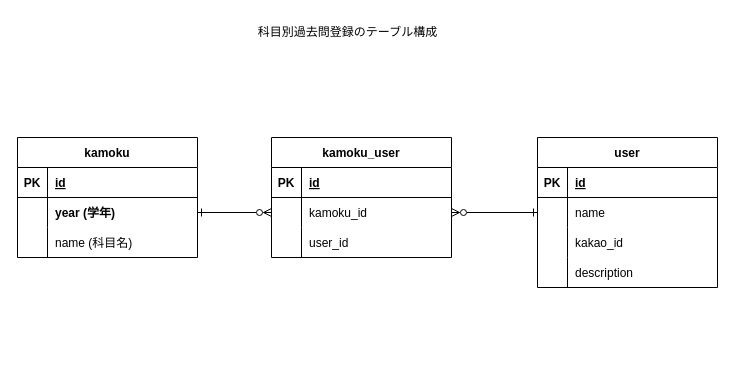
Above: erd/demo2.dio in hirohiro-sys/ai-kakomon-share (draw.io), before the change. Source tidied: cells renumbered, new cells numbered last; positions are measured from the earlier drawing's top-left corner, leaving out a move shared by most shapes. Both pictures are drawn from the tidied source at 100%, with x=0, y=0 at pixel (17, 17).
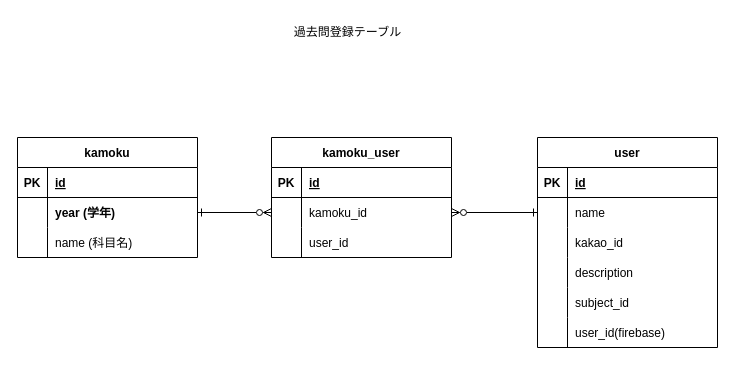
After the change.

Change to the diagram source:
```diff
@@
     <mxCell id="2" value="user" style="shape=table;startSize=30;childLayout=tableLayout;rowLines=0;fontStyle=1;align=center;" parent="1" vertex="1">
-      <mxGeometry x="520" y="120" width="180" height="150" as="geometry" />
+      <mxGeometry x="520" y="120" width="180" height="210" as="geometry" />
     </mxCell>
@@
+    <mxCell id="38" style="shape=tableRow;horizontal=0;startSize=0;swimlaneHead=0;swimlaneBody=0;fillColor=none;top=0;left=0;right=0;bottom=0;" parent="2" vertex="1">
+      <mxGeometry y="150" width="180" height="30" as="geometry" />
+    </mxCell>
+    <mxCell id="39" style="shape=partialRectangle;fillColor=none;top=0;left=0;bottom=0;right=0;overflow=hidden;" parent="38" vertex="1">
+      <mxGeometry width="30" height="30" as="geometry" />
+    </mxCell>
+    <mxCell id="40" value="subject_id" style="shape=partialRectangle;fillColor=none;top=0;left=0;bottom=0;right=0;align=left;spacingLeft=6;overflow=hidden;" parent="38" vertex="1">
+      <mxGeometry x="30" width="150" height="30" as="geometry" />
+    </mxCell>
+    <mxCell id="41" style="shape=tableRow;horizontal=0;startSize=0;swimlaneHead=0;swimlaneBody=0;fillColor=none;top=0;left=0;right=0;bottom=0;" parent="2" vertex="1">
+      <mxGeometry y="180" width="180" height="30" as="geometry" />
+    </mxCell>
+    <mxCell id="42" style="shape=partialRectangle;fillColor=none;top=0;left=0;bottom=0;right=0;overflow=hidden;" parent="41" vertex="1">
+      <mxGeometry width="30" height="30" as="geometry" />
+    </mxCell>
+    <mxCell id="43" value="user_id(firebase)" style="shape=partialRectangle;fillColor=none;top=0;left=0;bottom=0;right=0;align=left;spacingLeft=6;overflow=hidden;" parent="41" vertex="1">
+      <mxGeometry x="30" width="150" height="30" as="geometry" />
+    </mxCell>
@@
-    <mxCell id="25" value="科目別過去問登録のテーブル構成" style="text;html=1;align=center;verticalAlign=middle;strokeColor=none;fillColor=none;fontSize=12;fontFamily=Helvetica;fontColor=default;" parent="1" vertex="1">
-      <mxGeometry x="230" width="200" height="30" as="geometry" />
+    <mxCell id="25" value="過去問登録テーブル" style="text;html=1;align=center;verticalAlign=middle;strokeColor=none;fillColor=none;fontSize=12;fontFamily=Helvetica;fontColor=default;" parent="1" vertex="1">
+      <mxGeometry x="265" width="130" height="30" as="geometry" />
     </mxCell>
```
